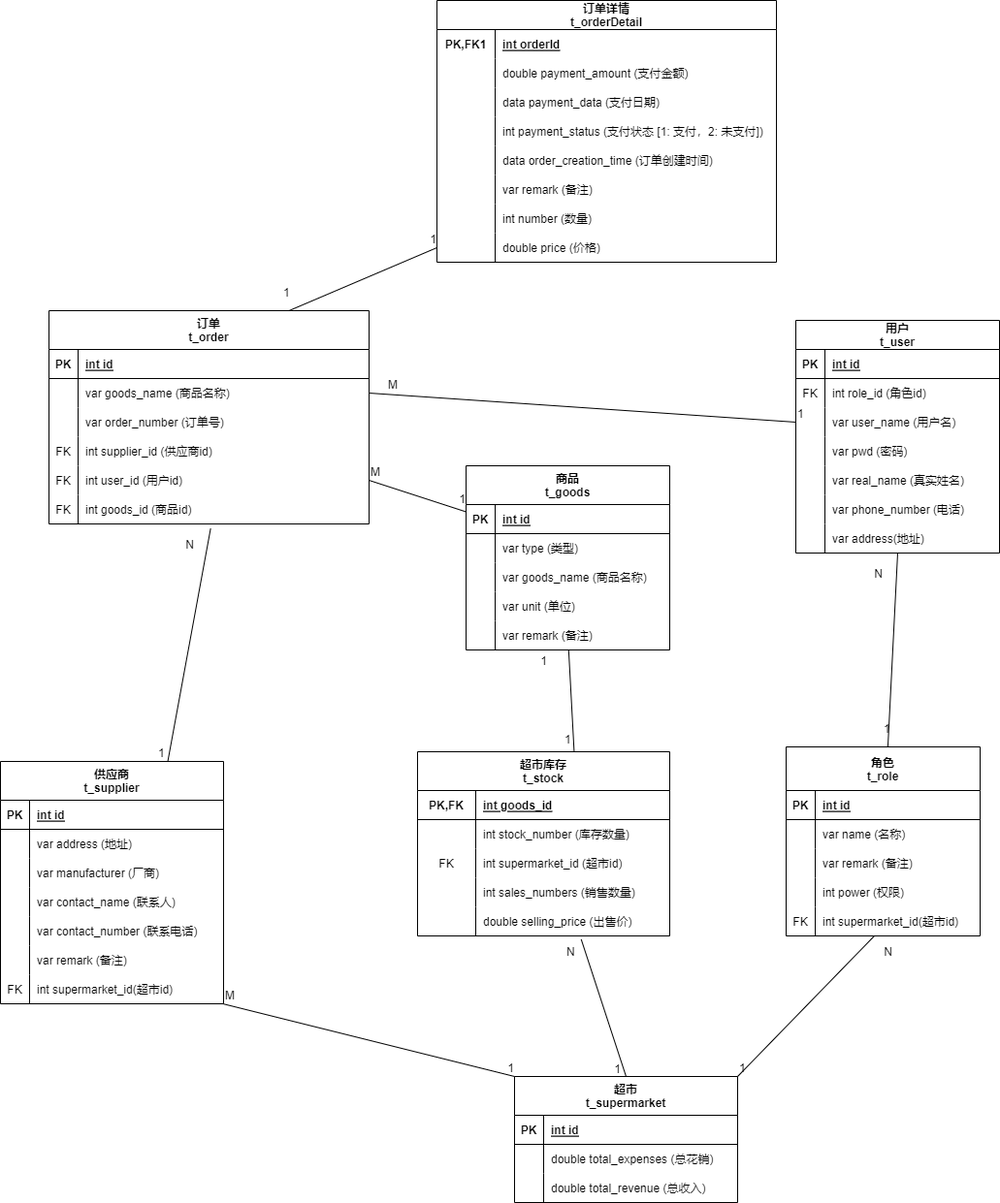
SummerRaid/Supermarket-Management-System keeps this draw.io diagram as doc/ER Diagram/ER_Diagram_V1.1.png. Above is the earlier version. Source tidied: cells renumbered, new cells last; positions are measured from the earlier drawing's top-left corner, leaving out a move shared by most shapes.
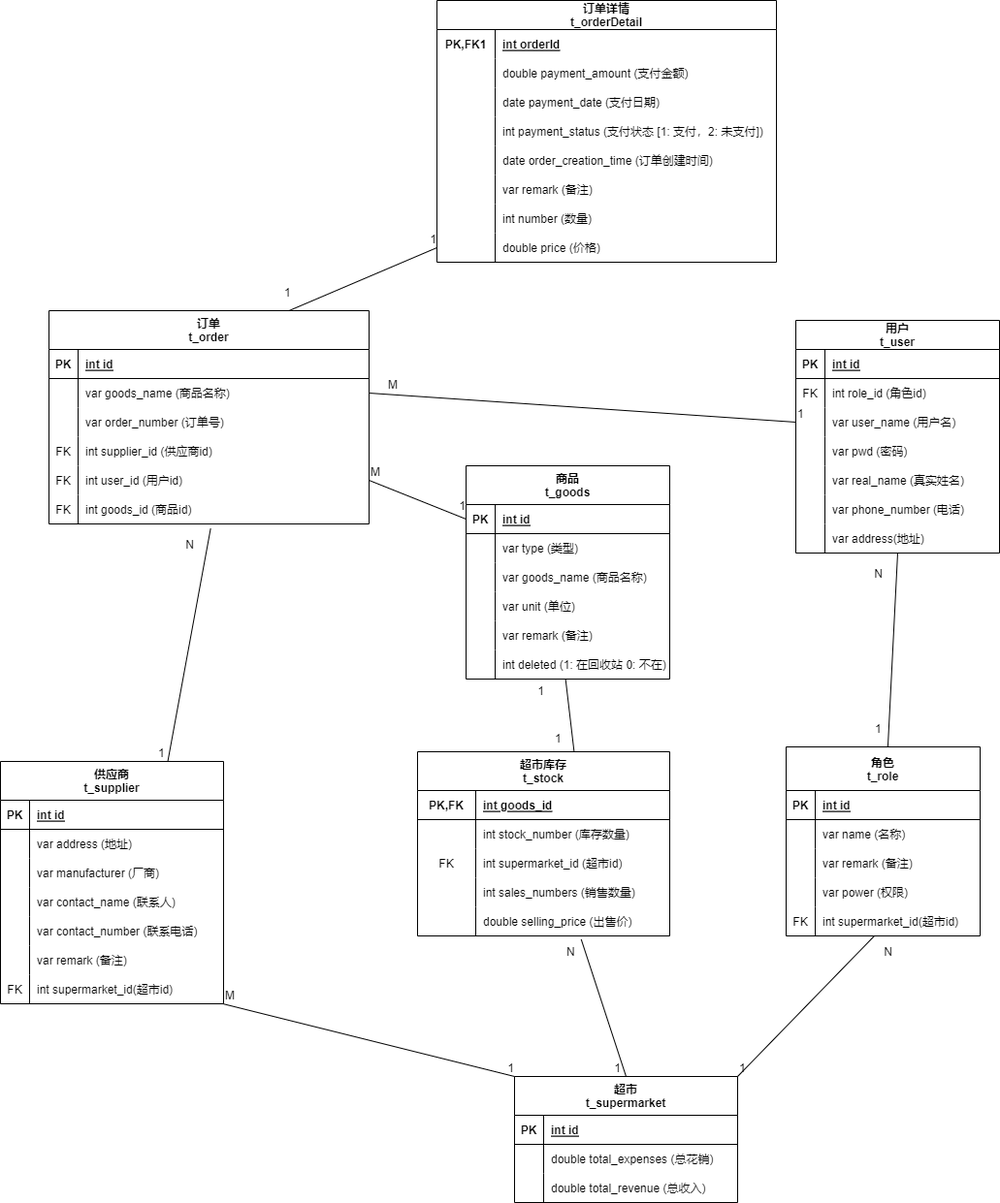
After the commit.

Diff of the diagram source:
```diff
@@ -3,7 +3,7 @@
     <mxCell id="0" />
     <mxCell id="1" parent="0" />
     <mxCell id="2" value="商品&#10;t_goods" style="shape=table;startSize=40;rowLines=0;fontStyle=1;align=center;fillColor=#FFFFFF;" parent="1" vertex="1">
-      <mxGeometry x="480" y="480" width="210" height="190" as="geometry" />
+      <mxGeometry x="480" y="480" width="210" height="220" as="geometry" />
     </mxCell>
     <mxCell id="3" style="shape=tableRow;horizontal=0;startSize=0;swimlaneHead=0;swimlaneBody=0;fillColor=none;top=0;left=0;right=0;bottom=1;" parent="2" vertex="1">
       <mxGeometry y="40" width="210" height="30" as="geometry" />
@@ -50,6 +50,15 @@
     <mxCell id="17" value="var remark (备注)" style="shape=partialRectangle;fillColor=none;top=0;left=0;bottom=0;right=0;align=left;spacingLeft=6;overflow=hidden;" parent="15" vertex="1">
       <mxGeometry x="30" width="180" height="30" as="geometry" />
     </mxCell>
+    <mxCell id="175" style="shape=tableRow;horizontal=0;startSize=0;swimlaneHead=0;swimlaneBody=0;fillColor=none;points=[[0,0.5],[1,0.5]];portConstraint=eastwest;top=0;left=0;right=0;bottom=0;" parent="2" vertex="1">
+      <mxGeometry y="190" width="210" height="30" as="geometry" />
+    </mxCell>
+    <mxCell id="176" style="shape=partialRectangle;fillColor=none;top=0;left=0;bottom=0;right=0;overflow=hidden;" parent="175" vertex="1">
+      <mxGeometry width="30" height="30" as="geometry" />
+    </mxCell>
+    <mxCell id="177" value="int deleted (1: 在回收站 0: 不在)" style="shape=partialRectangle;fillColor=none;top=0;left=0;bottom=0;right=0;align=left;spacingLeft=6;overflow=hidden;" parent="175" vertex="1">
+      <mxGeometry x="30" width="180" height="30" as="geometry" />
+    </mxCell>
     <mxCell id="18" value="供应商&#10;t_supplier" style="shape=table;startSize=40;rowLines=0;fontStyle=1;align=center;fillColor=#FFFFFF;" parent="1" vertex="1">
       <mxGeometry y="785" width="230" height="250" as="geometry" />
     </mxCell>
@@ -209,7 +218,7 @@
     <mxCell id="70" style="shape=partialRectangle;fillColor=none;top=0;left=0;bottom=0;right=0;overflow=hidden;" parent="69" vertex="1">
       <mxGeometry width="30" height="30" as="geometry" />
     </mxCell>
-    <mxCell id="71" value="int power (权限)" style="shape=partialRectangle;fillColor=none;top=0;left=0;bottom=0;right=0;align=left;spacingLeft=6;overflow=hidden;" parent="69" vertex="1">
+    <mxCell id="71" value="var power (权限)" style="shape=partialRectangle;fillColor=none;top=0;left=0;bottom=0;right=0;align=left;spacingLeft=6;overflow=hidden;" parent="69" vertex="1">
       <mxGeometry x="30" width="170" height="30" as="geometry" />
     </mxCell>
     <mxCell id="72" style="shape=tableRow;horizontal=0;startSize=0;swimlaneHead=0;swimlaneBody=0;fillColor=none;points=[[0,0.5],[1,0.5]];portConstraint=eastwest;top=0;left=0;right=0;bottom=0;" parent="59" vertex="1">
@@ -346,7 +355,7 @@
     </mxCell>
     <mxCell id="114" value="1" style="html=1;align=left;verticalAlign=bottom;fillColor=#FFFFFF;" parent="113" vertex="1">
       <mxGeometry x="-1" relative="1" as="geometry">
-        <mxPoint x="-6" y="-10" as="offset" />
+        <mxPoint x="-15" y="-10" as="offset" />
       </mxGeometry>
     </mxCell>
     <mxCell id="115" value="N" style="html=1;align=right;verticalAlign=bottom;fillColor=#FFFFFF;" parent="113" vertex="1">
@@ -425,7 +434,7 @@
     <mxCell id="136" style="shape=partialRectangle;fillColor=none;top=0;left=0;bottom=0;right=0;overflow=hidden;" parent="135" vertex="1">
       <mxGeometry width="60" height="30" as="geometry" />
     </mxCell>
-    <mxCell id="137" value="data payment_data (支付日期)" style="shape=partialRectangle;fillColor=none;top=0;left=0;bottom=0;right=0;align=left;spacingLeft=6;overflow=hidden;" parent="135" vertex="1">
+    <mxCell id="137" value="date payment_date (支付日期)" style="shape=partialRectangle;fillColor=none;top=0;left=0;bottom=0;right=0;align=left;spacingLeft=6;overflow=hidden;" parent="135" vertex="1">
       <mxGeometry x="60" width="290" height="30" as="geometry" />
     </mxCell>
     <mxCell id="138" style="shape=tableRow;horizontal=0;startSize=0;swimlaneHead=0;swimlaneBody=0;fillColor=none;top=0;left=0;right=0;bottom=0;" parent="128" vertex="1">
@@ -443,7 +452,7 @@
     <mxCell id="142" style="shape=partialRectangle;fillColor=none;top=0;left=0;bottom=0;right=0;overflow=hidden;" parent="141" vertex="1">
       <mxGeometry width="60" height="30" as="geometry" />
     </mxCell>
-    <mxCell id="143" value="data order_creation_time (订单创建时间)" style="shape=partialRectangle;fillColor=none;top=0;left=0;bottom=0;right=0;align=left;spacingLeft=6;overflow=hidden;" parent="141" vertex="1">
+    <mxCell id="143" value="date order_creation_time (订单创建时间)" style="shape=partialRectangle;fillColor=none;top=0;left=0;bottom=0;right=0;align=left;spacingLeft=6;overflow=hidden;" parent="141" vertex="1">
       <mxGeometry x="60" width="290" height="30" as="geometry" />
     </mxCell>
     <mxCell id="144" style="shape=tableRow;horizontal=0;startSize=0;swimlaneHead=0;swimlaneBody=0;fillColor=none;top=0;left=0;right=0;bottom=0;" parent="128" vertex="1">
@@ -532,12 +541,12 @@
     <mxCell id="171" value="double selling_price (出售价)" style="shape=partialRectangle;fillColor=none;top=0;left=0;bottom=0;right=0;align=left;spacingLeft=6;overflow=hidden;" parent="169" vertex="1">
       <mxGeometry x="60" width="200" height="30" as="geometry" />
     </mxCell>
-    <mxCell id="172" style="endArrow=none;html=1;rounded=0;exitX=0.621;exitY=0.002;exitDx=0;exitDy=0;exitPerimeter=0;" parent="1" edge="1" source="156" target="15">
+    <mxCell id="172" style="endArrow=none;html=1;rounded=0;exitX=0.621;exitY=0.002;exitDx=0;exitDy=0;exitPerimeter=0;entryX=0.489;entryY=1.021;entryDx=0;entryDy=0;entryPerimeter=0;" parent="1" edge="1" source="156" target="175">
       <mxGeometry relative="1" as="geometry" />
     </mxCell>
     <mxCell id="173" value="1" style="html=1;align=left;verticalAlign=bottom;fillColor=#FFFFFF;" parent="172" vertex="1">
       <mxGeometry x="-1" relative="1" as="geometry">
-        <mxPoint x="-11" y="-5" as="offset" />
+        <mxPoint x="-21" y="-5" as="offset" />
       </mxGeometry>
     </mxCell>
     <mxCell id="174" value="1" style="html=1;align=right;verticalAlign=bottom;fillColor=#FFFFFF;" parent="172" vertex="1">
```
